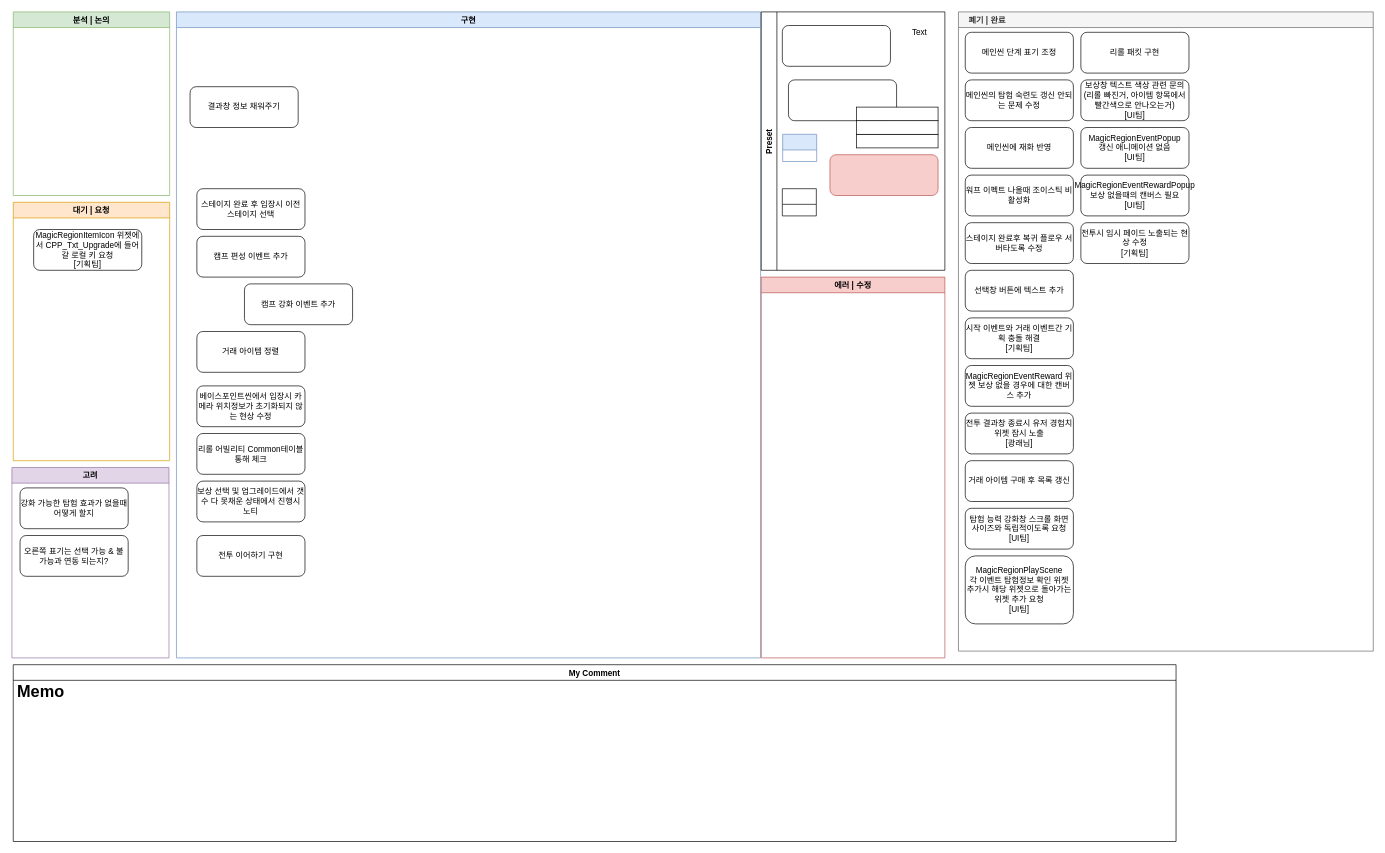
Endorr/Job-Board keeps this draw.io diagram as 로그라이트.drawio. Above is the earlier version. Source tidied: cells renumbered, new cells numbered last; positions are measured from the earlier drawing's top-left corner, leaving out a move shared by most shapes. Both pictures are drawn from the tidied source at 68%, with x=0, y=0 at pixel (12, 12).
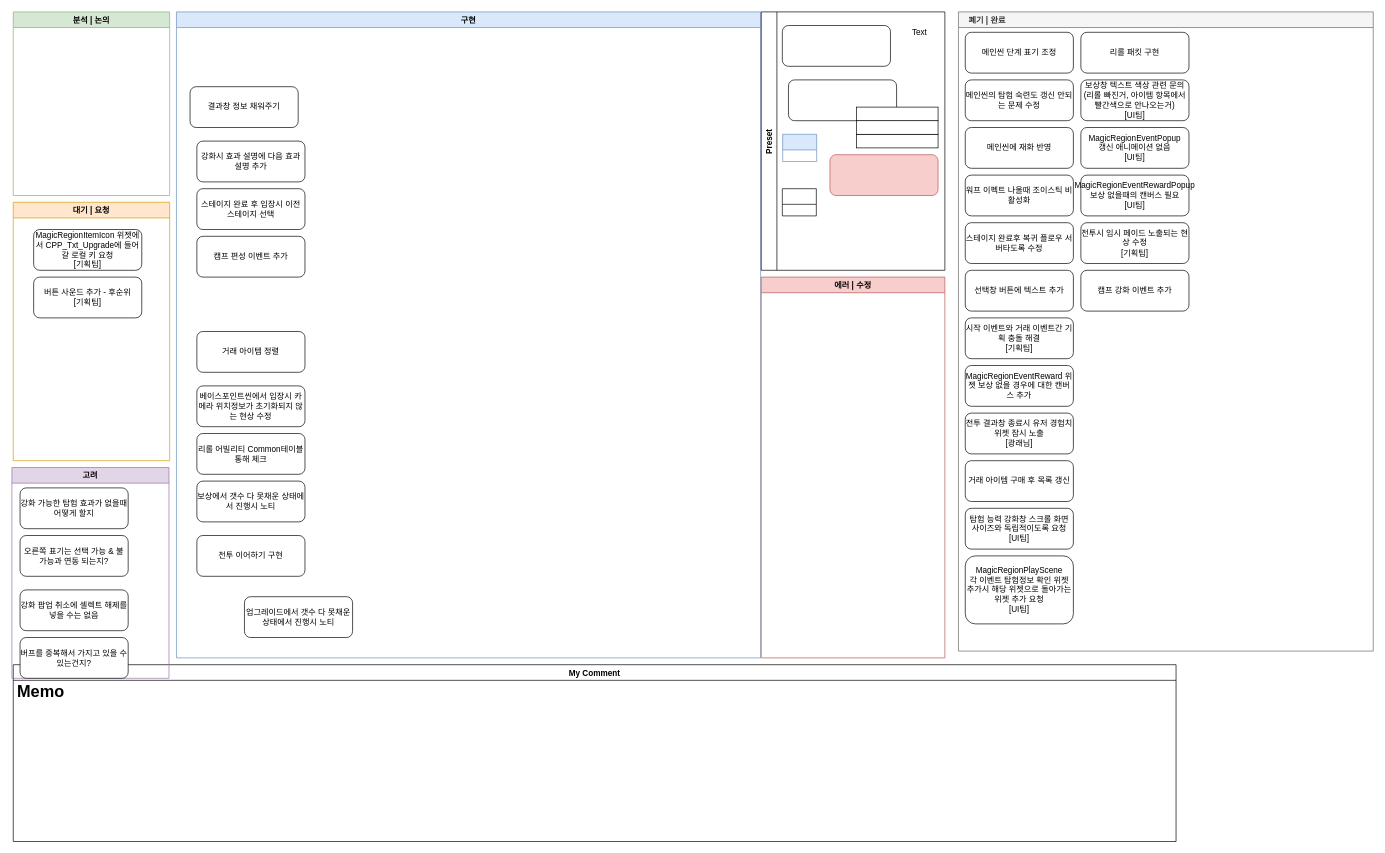
The same diagram, later.

Commit message:
로그라이트.drawio 업데이트

Unchanged cells that the change refers to:
```xml
<mxCell id="2" value="구현" style="swimlane;fillColor=#dae8fc;strokeColor=#6c8ebf;" parent="1" vertex="1">
  <mxGeometry x="242" width="859" height="950" as="geometry" />
</mxCell>
<mxCell id="13" value="대기 | 요청" style="swimlane;strokeColor=#d79b00;fillColor=#ffe6cc;" parent="1" vertex="1">
  <mxGeometry x="2" y="280" width="230" height="380" as="geometry" />
</mxCell>
<mxCell id="15" value="    폐기 | 완료" style="swimlane;strokeColor=#666666;fillColor=#f5f5f5;fontColor=#333333;align=left;" parent="1" vertex="1">
  <mxGeometry x="1392" width="610" height="940" as="geometry" />
</mxCell>
```

The edit, as a diff of the source:
```diff
@@
-    <mxCell id="5" value="캠프 강화 이벤트 추가" style="rounded=1;whiteSpace=wrap;html=1;" parent="2" vertex="1">
-      <mxGeometry x="100" y="400" width="159" height="60" as="geometry" />
-    </mxCell>
@@
-    <mxCell id="10" value="보상 선택 및 업그레이드에서 갯수 다 못채운 상태에서 진행시 노티" style="rounded=1;whiteSpace=wrap;html=1;" parent="2" vertex="1">
+    <mxCell id="10" value="보상에서 갯수 다 못채운 상태에서 진행시 노티" style="rounded=1;whiteSpace=wrap;html=1;" parent="2" vertex="1">
       <mxGeometry x="30" y="690" width="159" height="60" as="geometry" />
     </mxCell>
@@
+    <mxCell id="50" value="업그레이드에서 갯수 다 못채운 상태에서 진행시 노티" style="rounded=1;whiteSpace=wrap;html=1;" parent="2" vertex="1">
+      <mxGeometry x="100" y="860" width="159" height="60" as="geometry" />
+    </mxCell>
+    <mxCell id="51" value="강화시 효과 설명에 다음 효과 설명 추가" style="rounded=1;whiteSpace=wrap;html=1;" parent="2" vertex="1">
+      <mxGeometry x="30" y="190" width="159" height="60" as="geometry" />
+    </mxCell>
@@
+    <mxCell id="52" value="버튼 사운드 추가 - 후순위&lt;br&gt;[기획팀]" style="rounded=1;whiteSpace=wrap;html=1;" parent="13" vertex="1">
+      <mxGeometry x="30" y="110" width="159" height="60" as="geometry" />
+    </mxCell>
@@
+    <mxCell id="5" value="캠프 강화 이벤트 추가" style="rounded=1;whiteSpace=wrap;html=1;" parent="15" vertex="1">
+      <mxGeometry x="180" y="380" width="159" height="60" as="geometry" />
+    </mxCell>
@@
     <mxCell id="35" value="고려" style="swimlane;fillColor=#e1d5e7;strokeColor=#9673a6;" parent="1" vertex="1">
-      <mxGeometry y="670" width="231" height="280" as="geometry" />
+      <mxGeometry y="670" width="231" height="310" as="geometry" />
     </mxCell>
@@
+    <mxCell id="53" value="강화 팝업 취소에 셀렉트 해제를 넣을 수는 없음" style="rounded=1;whiteSpace=wrap;html=1;" parent="35" vertex="1">
+      <mxGeometry x="12" y="180" width="159" height="60" as="geometry" />
+    </mxCell>
+    <mxCell id="54" value="버프를 중복해서 가지고 있을 수 있는건지?" style="rounded=1;whiteSpace=wrap;html=1;" parent="35" vertex="1">
+      <mxGeometry x="12" y="250" width="159" height="60" as="geometry" />
+    </mxCell>
```
